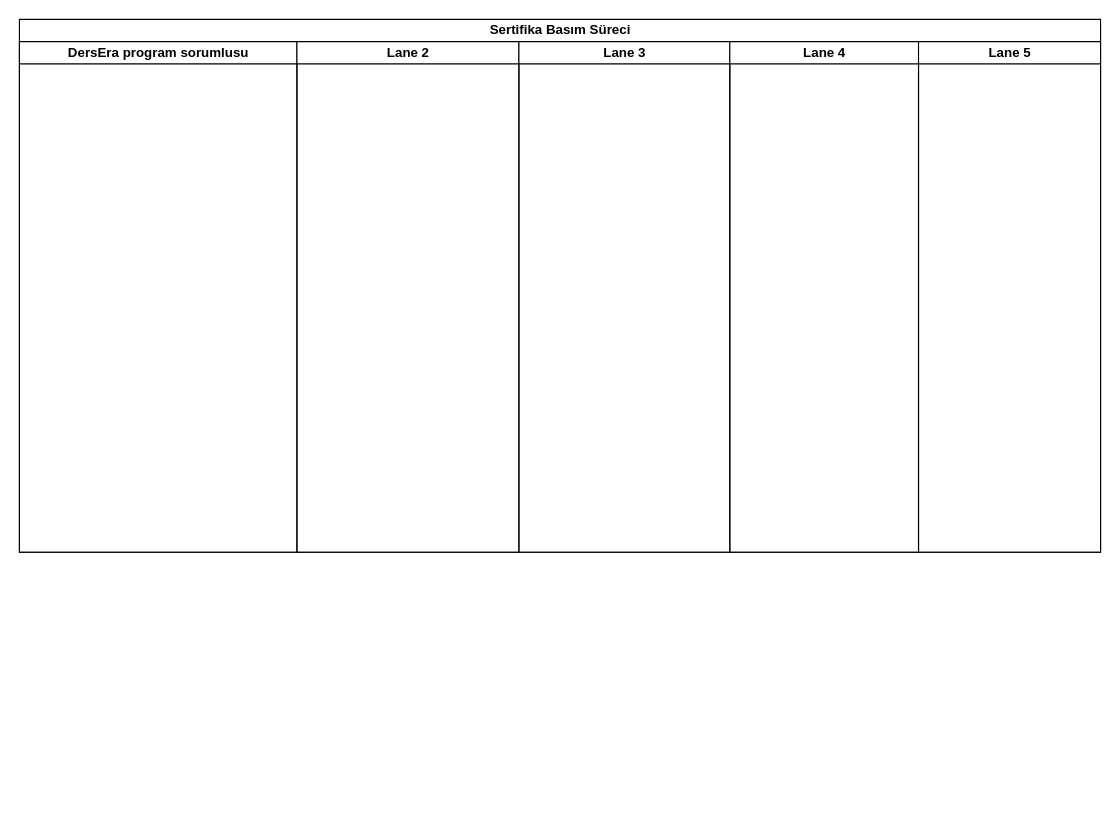
zeynephazal/WorkFlows keeps this draw.io diagram as test.drawio. Above is the earlier version. Source tidied: cells renumbered, new cells numbered last; positions are measured from the earlier drawing's top-left corner, leaving out a move shared by most shapes. Both pictures are drawn from the tidied source at 111%, with x=0, y=0 at pixel (19, 19).
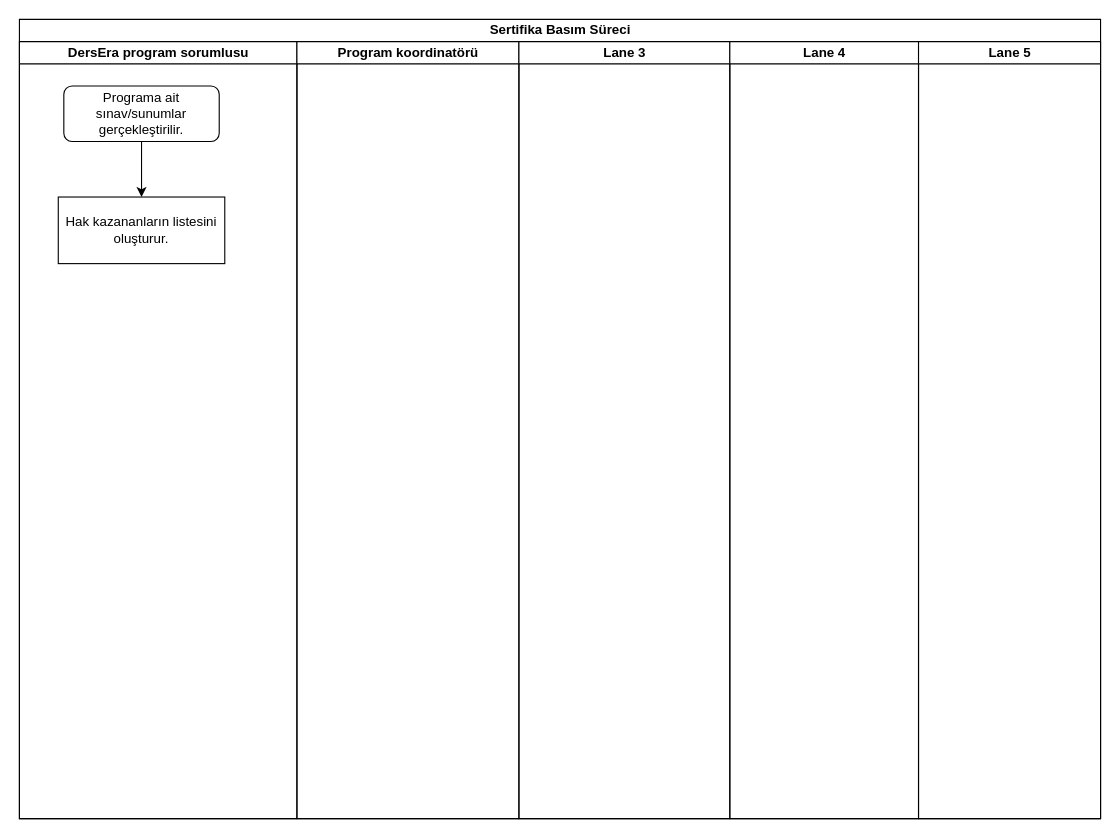
After the change.

The edit, as a diff of the source:
```diff
@@
 <mxGraphModel>
   <root>
     <mxCell id="0" />
     <mxCell id="1" parent="0" />
     <mxCell id="2" value="Sertifika Basım Süreci" style="swimlane;startSize=20;html=1;" parent="1" vertex="1">
-      <mxGeometry width="974" height="480" as="geometry" />
+      <mxGeometry width="974" height="720" as="geometry" />
     </mxCell>
     <mxCell id="3" value="DersEra program sorumlusu" style="swimlane;startSize=20;html=1;" parent="2" vertex="1">
-      <mxGeometry y="20" width="250" height="460" as="geometry" />
+      <mxGeometry y="20" width="250" height="700" as="geometry" />
     </mxCell>
+    <mxCell id="8" style="edgeStyle=orthogonalEdgeStyle;rounded=0;jettySize=auto;html=1;" parent="3" edge="1" source="9" target="10">
+      <mxGeometry relative="1" as="geometry" />
+    </mxCell>
+    <mxCell id="9" value="Programa ait sınav/sunumlar gerçekleştirilir." style="rounded=1;whiteSpace=wrap;html=1;" parent="3" vertex="1">
+      <mxGeometry x="40" y="40" width="140" height="50" as="geometry" />
+    </mxCell>
+    <mxCell id="10" value="Hak kazananların listesini oluşturur." style="rounded=0;whiteSpace=wrap;html=1;" parent="3" vertex="1">
+      <mxGeometry x="35" y="140" width="150" height="60" as="geometry" />
+    </mxCell>
-    <mxCell id="4" value="Lane 2" style="swimlane;startSize=20;html=1;" parent="2" vertex="1">
-      <mxGeometry x="250" y="20" width="200" height="460" as="geometry" />
+    <mxCell id="4" value="Program koordinatörü" style="swimlane;startSize=20;html=1;" parent="2" vertex="1">
+      <mxGeometry x="250" y="20" width="200" height="700" as="geometry" />
     </mxCell>
     <mxCell id="5" value="Lane 3" style="swimlane;startSize=20;html=1;" parent="2" vertex="1">
-      <mxGeometry x="450" y="20" width="190" height="460" as="geometry" />
+      <mxGeometry x="450" y="20" width="190" height="700" as="geometry" />
     </mxCell>
     <mxCell id="6" value="Lane 4" style="swimlane;startSize=20;html=1;" parent="2" vertex="1">
-      <mxGeometry x="640" y="20" width="170" height="460" as="geometry" />
+      <mxGeometry x="640" y="20" width="170" height="700" as="geometry" />
     </mxCell>
     <mxCell id="7" value="Lane 5" style="swimlane;startSize=20;html=1;" parent="2" vertex="1">
-      <mxGeometry x="810" y="20" width="164" height="460" as="geometry" />
+      <mxGeometry x="810" y="20" width="164" height="700" as="geometry" />
     </mxCell>
   </root>
 </mxGraphModel>
```
